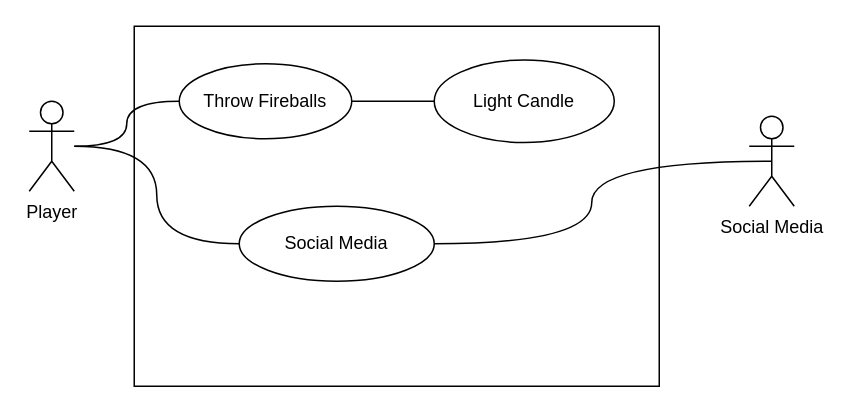
The draw.io diagram Untitled Diagram.drawio in stekylsha/CISC210Draw, before the edit. Source tidied: cells renumbered, new cells numbered last; positions are measured from the earlier drawing's top-left corner, leaving out a move shared by most shapes. Both pictures are drawn from the tidied source at 150%, with x=0, y=0 at pixel (28, 26).
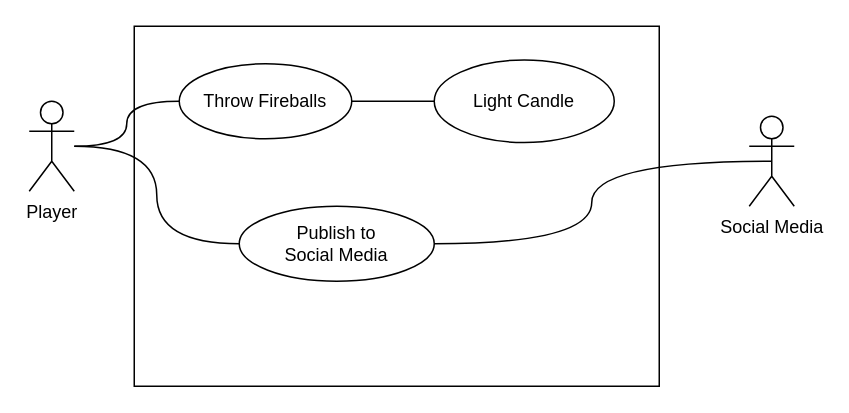
Above is the later version.

Commit message:
Update social media use case.

What changed in the source:
```diff
@@
 <mxGraphModel>
   <root>
     <mxCell id="0" />
     <mxCell id="1" parent="0" />
     <mxCell id="2" style="rounded=0;whiteSpace=wrap;html=1;fillColor=none;" parent="1" vertex="1">
       <mxGeometry x="70" width="350" height="240" as="geometry" />
     </mxCell>
     <mxCell id="3" style="edgeStyle=orthogonalEdgeStyle;curved=1;rounded=0;jettySize=auto;html=1;entryX=0;entryY=0.5;entryDx=0;entryDy=0;strokeColor=none;endArrow=none;endFill=0;" parent="1" edge="1" source="6" target="8">
       <mxGeometry relative="1" as="geometry" />
     </mxCell>
     <mxCell id="4" style="edgeStyle=orthogonalEdgeStyle;curved=1;rounded=0;jettySize=auto;html=1;entryX=0;entryY=0.5;entryDx=0;entryDy=0;endArrow=none;endFill=0;" parent="1" edge="1" source="6" target="8">
       <mxGeometry relative="1" as="geometry" />
     </mxCell>
     <mxCell id="5" style="edgeStyle=orthogonalEdgeStyle;curved=1;rounded=0;jettySize=auto;html=1;entryX=0;entryY=0.5;entryDx=0;entryDy=0;endArrow=none;endFill=0;" parent="1" edge="1" source="6" target="11">
       <mxGeometry relative="1" as="geometry" />
     </mxCell>
     <mxCell id="6" value="Player" style="shape=umlActor;verticalLabelPosition=bottom;labelBackgroundColor=#ffffff;verticalAlign=top;html=1;" parent="1" vertex="1">
       <mxGeometry y="50" width="30" height="60" as="geometry" />
     </mxCell>
     <mxCell id="7" style="edgeStyle=orthogonalEdgeStyle;curved=1;rounded=0;jettySize=auto;html=1;exitX=1;exitY=0.5;exitDx=0;exitDy=0;entryX=0;entryY=0.5;entryDx=0;entryDy=0;endArrow=none;endFill=0;" parent="1" edge="1" source="8" target="9">
       <mxGeometry relative="1" as="geometry" />
     </mxCell>
     <mxCell id="8" value="Throw Fireballs" style="ellipse;whiteSpace=wrap;html=1;fillColor=none;" parent="1" vertex="1">
       <mxGeometry x="100" y="25" width="115" height="50" as="geometry" />
     </mxCell>
     <mxCell id="9" value="Light Candle" style="ellipse;whiteSpace=wrap;html=1;fillColor=none;" parent="1" vertex="1">
       <mxGeometry x="270" y="22.5" width="120" height="55" as="geometry" />
     </mxCell>
     <mxCell id="10" style="edgeStyle=orthogonalEdgeStyle;curved=1;rounded=0;jettySize=auto;html=1;exitX=1;exitY=0.5;exitDx=0;exitDy=0;entryX=0.5;entryY=0.5;entryDx=0;entryDy=0;entryPerimeter=0;endArrow=none;endFill=0;" parent="1" edge="1" source="11" target="12">
       <mxGeometry relative="1" as="geometry" />
     </mxCell>
-    <mxCell id="11" value="Social Media" style="ellipse;whiteSpace=wrap;html=1;fillColor=none;" parent="1" vertex="1">
+    <mxCell id="11" value="Publish to&lt;br&gt;Social Media" style="ellipse;whiteSpace=wrap;html=1;fillColor=none;" parent="1" vertex="1">
       <mxGeometry x="140" y="120" width="130" height="50" as="geometry" />
     </mxCell>
     <mxCell id="12" value="Social Media" style="shape=umlActor;verticalLabelPosition=bottom;labelBackgroundColor=#ffffff;verticalAlign=top;html=1;fillColor=none;" parent="1" vertex="1">
       <mxGeometry x="480" y="60" width="30" height="60" as="geometry" />
     </mxCell>
   </root>
 </mxGraphModel>
```
